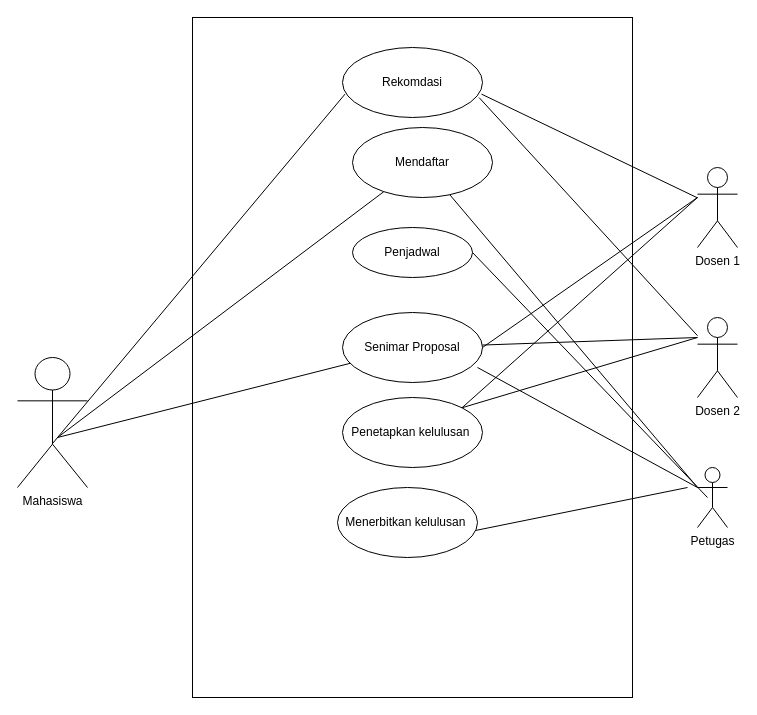
Above: assets/Sistem Tugas Akhir.drawio in johan-nasendi/Ci3 (draw.io), before the change. Source tidied: cells renumbered, new cells numbered last; positions are measured from the earlier drawing's top-left corner, leaving out a move shared by most shapes. Both pictures are drawn from the tidied source at 100%, with x=0, y=0 at pixel (17, 17).
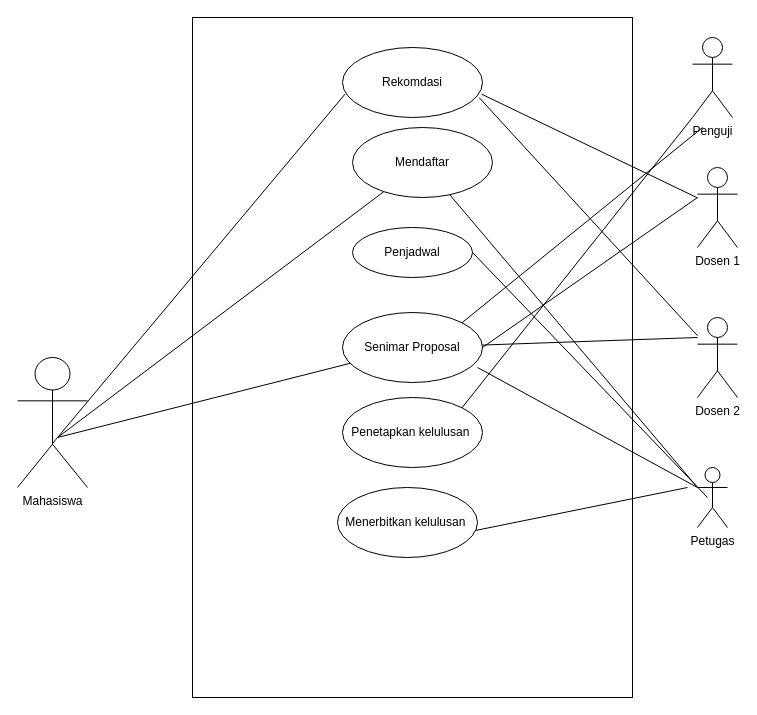
The same diagram, later.

The change refers to these unchanged cells:
```xml
<mxCell id="15" value="Senimar Proposal" style="ellipse;whiteSpace=wrap;html=1;strokeColor=#000000;fillColor=none;" parent="1" vertex="1">
  <mxGeometry x="325" y="295" width="140" height="70" as="geometry" />
</mxCell>
<mxCell id="20" value="Penetapkan kelulusan&amp;nbsp;" style="ellipse;whiteSpace=wrap;html=1;strokeColor=#000000;fillColor=none;" parent="1" vertex="1">
  <mxGeometry x="325" y="380" width="140" height="70" as="geometry" />
</mxCell>
```

What changed in the source:
```diff
@@
-    <mxCell id="21" style="endArrow=none;html=1;entryX=1;entryY=0;entryDx=0;entryDy=0;" parent="1" edge="1" target="20">
-      <mxGeometry relative="1" as="geometry">
-        <mxPoint x="680" y="180" as="sourcePoint" />
-      </mxGeometry>
+    <mxCell id="21" style="endArrow=none;html=1;entryX=1;entryY=0;entryDx=0;entryDy=0;exitX=0;exitY=1;exitDx=0;exitDy=0;exitPerimeter=0;" parent="1" edge="1" source="27" target="20">
+      <mxGeometry relative="1" as="geometry" />
     </mxCell>
-    <mxCell id="22" style="endArrow=none;html=1;entryX=1;entryY=0;entryDx=0;entryDy=0;" parent="1" edge="1" target="20">
-      <mxGeometry relative="1" as="geometry">
-        <mxPoint x="680" y="320" as="sourcePoint" />
-      </mxGeometry>
-    </mxCell>
@@
+    <mxCell id="27" value="Penguji" style="shape=umlActor;verticalLabelPosition=bottom;verticalAlign=top;html=1;" parent="1" vertex="1">
+      <mxGeometry x="675" y="20" width="40" height="80" as="geometry" />
+    </mxCell>
+    <mxCell id="28" style="endArrow=none;html=1;entryX=1;entryY=0;entryDx=0;entryDy=0;exitX=0;exitY=1;exitDx=0;exitDy=0;exitPerimeter=0;" parent="1" edge="1" target="15">
+      <mxGeometry relative="1" as="geometry">
+        <mxPoint x="685" y="110" as="sourcePoint" />
+      </mxGeometry>
+    </mxCell>
```
